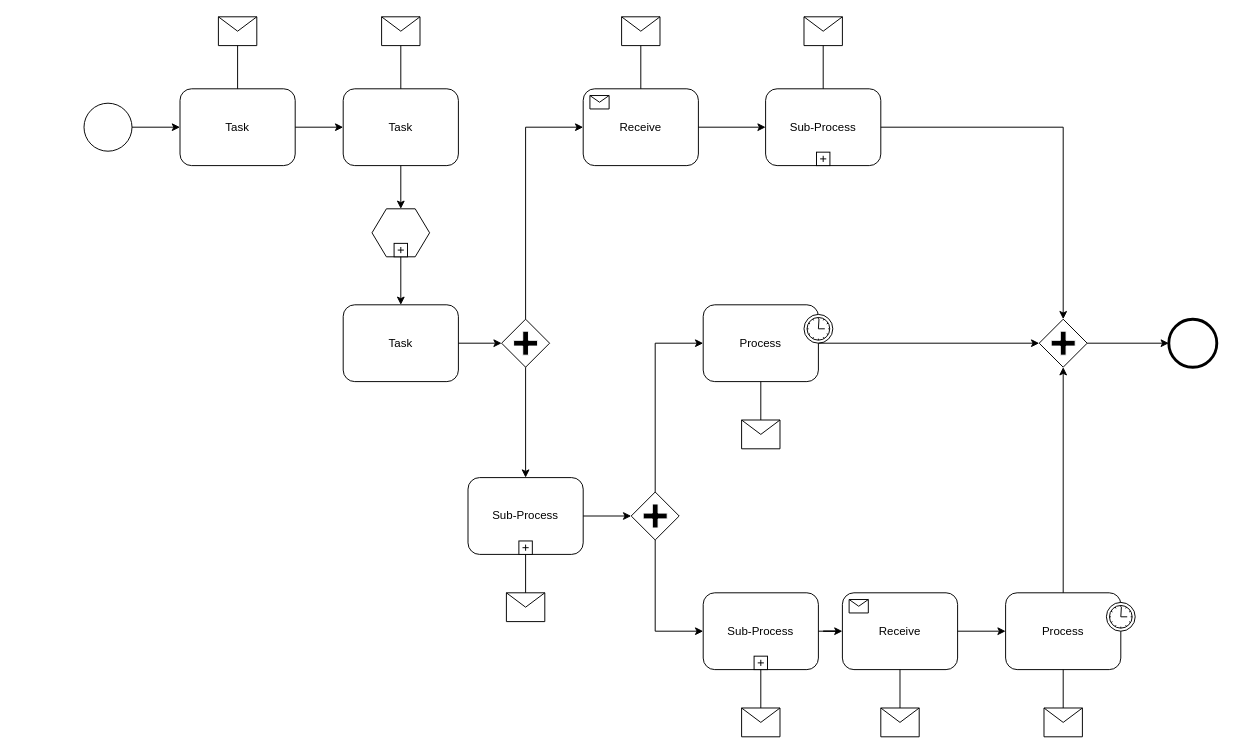
Above: bpmn.drawio in sultanbek149/FirstProject (draw.io), before the change. Source tidied: cells renumbered, new cells numbered last; positions are measured from the earlier drawing's top-left corner, leaving out a move shared by most shapes. Both pictures are drawn from the tidied source at 96%, with x=0, y=0 at pixel (84, 16).
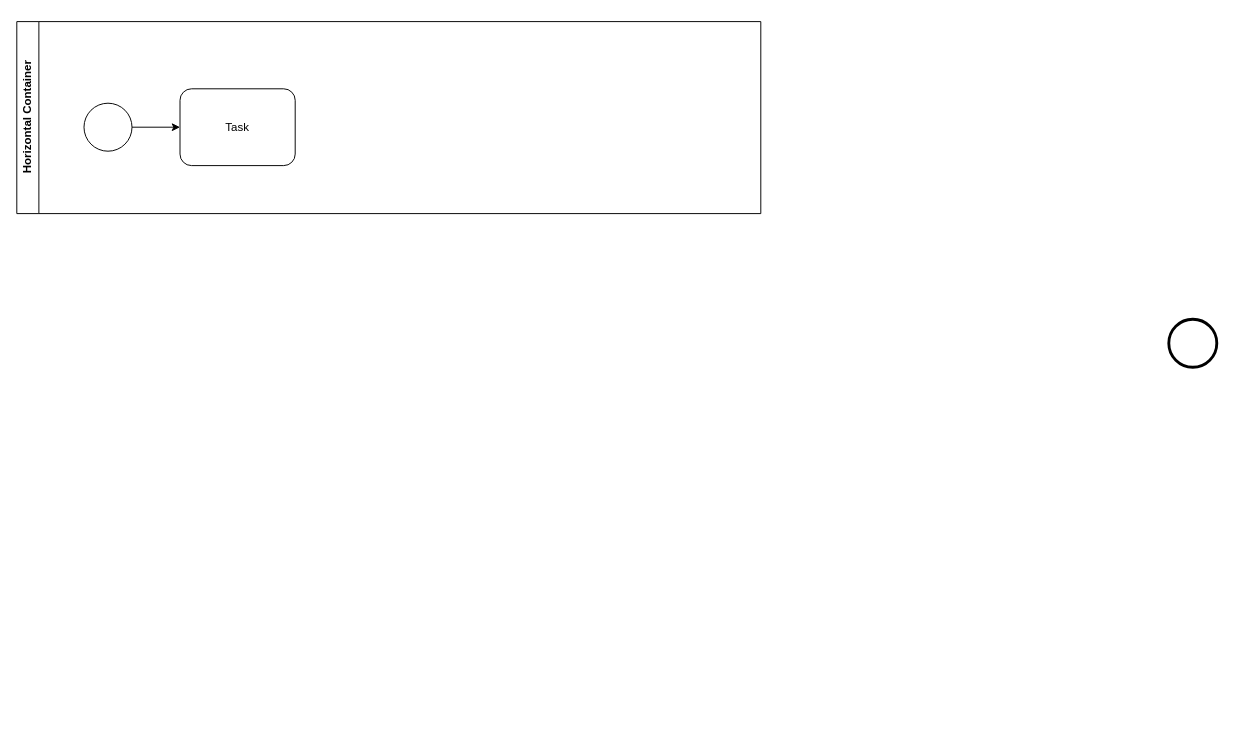
The same diagram, later.

The change refers to these unchanged cells:
```xml
<mxCell id="3" value="Task" style="shape=ext;rounded=1;html=1;whiteSpace=wrap;" parent="1" vertex="1">
  <mxGeometry x="100" y="75" width="120" height="80" as="geometry" />
</mxCell>
<mxCell id="24" style="shape=mxgraph.bpmn.shape;html=1;verticalLabelPosition=bottom;labelBackgroundColor=#ffffff;verticalAlign=top;perimeter=ellipsePerimeter;outline=end;symbol=general;" parent="1" vertex="1">
  <mxGeometry x="1130" y="315" width="50" height="50" as="geometry" />
</mxCell>
```

The edit, as a diff of the source:
```diff
@@
-    <mxCell id="4" value="Task" style="shape=ext;rounded=1;html=1;whiteSpace=wrap;" parent="1" vertex="1">
-      <mxGeometry x="270" y="75" width="120" height="80" as="geometry" />
-    </mxCell>
-    <mxCell id="5" style="shape=message;whiteSpace=wrap;html=1;" parent="1" vertex="1">
-      <mxGeometry x="140" width="40" height="30" as="geometry" />
-    </mxCell>
-    <mxCell id="6" style="shape=message;whiteSpace=wrap;html=1;" parent="1" vertex="1">
-      <mxGeometry x="310" width="40" height="30" as="geometry" />
-    </mxCell>
-    <mxCell id="7" style="shape=hexagon;whiteSpace=wrap;html=1;perimeter=hexagonPerimeter;" parent="1" vertex="1">
-      <mxGeometry x="300" y="200" width="60" height="50" as="geometry" />
-    </mxCell>
-    <mxCell id="8" style="html=1;shape=plus;" parent="7" vertex="1">
-      <mxGeometry x="0.5" y="1" width="14" height="14" relative="1" as="geometry">
-        <mxPoint x="-7" y="-14" as="offset" />
-      </mxGeometry>
-    </mxCell>
-    <mxCell id="9" value="Task" style="shape=ext;rounded=1;html=1;whiteSpace=wrap;" parent="1" vertex="1">
-      <mxGeometry x="270" y="300" width="120" height="80" as="geometry" />
-    </mxCell>
-    <mxCell id="10" style="shape=mxgraph.bpmn.shape;html=1;verticalLabelPosition=bottom;labelBackgroundColor=#ffffff;verticalAlign=top;perimeter=rhombusPerimeter;background=gateway;outline=none;symbol=parallelGw;" parent="1" vertex="1">
-      <mxGeometry x="435" y="315" width="50" height="50" as="geometry" />
-    </mxCell>
-    <mxCell id="11" value="Sub-Process" style="html=1;whiteSpace=wrap;rounded=1;" parent="1" vertex="1">
-      <mxGeometry x="710" y="75" width="120" height="80" as="geometry" />
-    </mxCell>
-    <mxCell id="12" style="html=1;shape=plus;" parent="11" vertex="1">
-      <mxGeometry x="0.5" y="1" width="14" height="14" relative="1" as="geometry">
-        <mxPoint x="-7" y="-14" as="offset" />
-      </mxGeometry>
-    </mxCell>
-    <mxCell id="13" value="Receive" style="html=1;whiteSpace=wrap;rounded=1;" parent="1" vertex="1">
-      <mxGeometry x="520" y="75" width="120" height="80" as="geometry" />
-    </mxCell>
-    <mxCell id="14" style="html=1;shape=message;" parent="13" vertex="1">
-      <mxGeometry width="20" height="14" relative="1" as="geometry">
-        <mxPoint x="7" y="7" as="offset" />
-      </mxGeometry>
-    </mxCell>
-    <mxCell id="15" value="Process" style="html=1;whiteSpace=wrap;rounded=1;" parent="1" vertex="1">
-      <mxGeometry x="645" y="300" width="120" height="80" as="geometry" />
-    </mxCell>
-    <mxCell id="16" style="shape=mxgraph.bpmn.timer_start;perimeter=ellipsePerimeter;html=1;labelPosition=right;labelBackgroundColor=#ffffff;align=left;" parent="15" vertex="1">
-      <mxGeometry x="1" width="30" height="30" relative="1" as="geometry">
-        <mxPoint x="-15" y="10" as="offset" />
-      </mxGeometry>
-    </mxCell>
-    <mxCell id="17" value="Process" style="html=1;whiteSpace=wrap;rounded=1;" parent="1" vertex="1">
-      <mxGeometry x="960" y="600" width="120" height="80" as="geometry" />
-    </mxCell>
-    <mxCell id="18" style="shape=mxgraph.bpmn.timer_start;perimeter=ellipsePerimeter;html=1;labelPosition=right;labelBackgroundColor=#ffffff;align=left;" parent="17" vertex="1">
-      <mxGeometry x="1" width="30" height="30" relative="1" as="geometry">
-        <mxPoint x="-15" y="10" as="offset" />
-      </mxGeometry>
-    </mxCell>
-    <mxCell id="19" value="Receive" style="html=1;whiteSpace=wrap;rounded=1;" parent="1" vertex="1">
-      <mxGeometry x="790" y="600" width="120" height="80" as="geometry" />
-    </mxCell>
-    <mxCell id="20" style="html=1;shape=message;" parent="19" vertex="1">
-      <mxGeometry width="20" height="14" relative="1" as="geometry">
-        <mxPoint x="7" y="7" as="offset" />
-      </mxGeometry>
-    </mxCell>
-    <mxCell id="21" value="Sub-Process" style="html=1;whiteSpace=wrap;rounded=1;" parent="1" vertex="1">
-      <mxGeometry x="645" y="600" width="120" height="80" as="geometry" />
-    </mxCell>
-    <mxCell id="22" style="html=1;shape=plus;" parent="21" vertex="1">
-      <mxGeometry x="0.5" y="1" width="14" height="14" relative="1" as="geometry">
-        <mxPoint x="-7" y="-14" as="offset" />
-      </mxGeometry>
-    </mxCell>
-    <mxCell id="23" style="shape=mxgraph.bpmn.shape;html=1;verticalLabelPosition=bottom;labelBackgroundColor=#ffffff;verticalAlign=top;perimeter=rhombusPerimeter;background=gateway;outline=none;symbol=parallelGw;" parent="1" vertex="1">
-      <mxGeometry x="995" y="315" width="50" height="50" as="geometry" />
-    </mxCell>
@@
-    <mxCell id="25" style="shape=message;whiteSpace=wrap;html=1;" parent="1" vertex="1">
-      <mxGeometry x="560" width="40" height="30" as="geometry" />
-    </mxCell>
-    <mxCell id="26" style="shape=message;whiteSpace=wrap;html=1;" parent="1" vertex="1">
-      <mxGeometry x="750" width="40" height="30" as="geometry" />
-    </mxCell>
-    <mxCell id="27" value="Sub-Process" style="html=1;whiteSpace=wrap;rounded=1;" parent="1" vertex="1">
-      <mxGeometry x="400" y="480" width="120" height="80" as="geometry" />
-    </mxCell>
-    <mxCell id="28" style="html=1;shape=plus;" parent="27" vertex="1">
-      <mxGeometry x="0.5" y="1" width="14" height="14" relative="1" as="geometry">
-        <mxPoint x="-7" y="-14" as="offset" />
-      </mxGeometry>
-    </mxCell>
-    <mxCell id="29" style="shape=message;whiteSpace=wrap;html=1;" parent="1" vertex="1">
-      <mxGeometry x="440" y="600" width="40" height="30" as="geometry" />
-    </mxCell>
-    <mxCell id="30" style="shape=message;whiteSpace=wrap;html=1;" parent="1" vertex="1">
-      <mxGeometry x="830" y="720" width="40" height="30" as="geometry" />
-    </mxCell>
-    <mxCell id="31" style="shape=message;whiteSpace=wrap;html=1;" parent="1" vertex="1">
-      <mxGeometry x="1000" y="720" width="40" height="30" as="geometry" />
-    </mxCell>
-    <mxCell id="32" style="shape=message;whiteSpace=wrap;html=1;" parent="1" vertex="1">
-      <mxGeometry x="685" y="720" width="40" height="30" as="geometry" />
-    </mxCell>
-    <mxCell id="33" style="shape=message;whiteSpace=wrap;html=1;" parent="1" vertex="1">
-      <mxGeometry x="685" y="420" width="40" height="30" as="geometry" />
-    </mxCell>
@@
-    <mxCell id="35" style="edgeStyle=orthogonalEdgeStyle;rounded=0;html=1;jettySize=auto;endArrow=none;endFill=0;" parent="1" edge="1" source="5" target="3">
-      <mxGeometry relative="1" as="geometry" />
-    </mxCell>
-    <mxCell id="36" style="edgeStyle=orthogonalEdgeStyle;rounded=0;html=1;jettySize=auto;endArrow=none;endFill=0;" parent="1" edge="1" source="6" target="4">
-      <mxGeometry relative="1" as="geometry" />
-    </mxCell>
-    <mxCell id="37" style="edgeStyle=orthogonalEdgeStyle;rounded=0;html=1;jettySize=auto;" parent="1" edge="1" source="3" target="4">
-      <mxGeometry relative="1" as="geometry" />
-    </mxCell>
-    <mxCell id="38" style="edgeStyle=orthogonalEdgeStyle;rounded=0;html=1;jettySize=auto;" parent="1" edge="1" source="13" target="11">
-      <mxGeometry relative="1" as="geometry" />
-    </mxCell>
-    <mxCell id="39" style="edgeStyle=orthogonalEdgeStyle;rounded=0;html=1;jettySize=auto;endArrow=none;endFill=0;" parent="1" edge="1" source="25" target="13">
-      <mxGeometry relative="1" as="geometry" />
-    </mxCell>
-    <mxCell id="40" style="edgeStyle=orthogonalEdgeStyle;rounded=0;html=1;jettySize=auto;endArrow=none;endFill=0;" parent="1" edge="1" source="26" target="11">
-      <mxGeometry relative="1" as="geometry" />
-    </mxCell>
-    <mxCell id="41" style="edgeStyle=orthogonalEdgeStyle;rounded=0;html=1;jettySize=auto;" parent="1" edge="1" source="11" target="23">
-      <mxGeometry relative="1" as="geometry">
-        <Array as="points">
-          <mxPoint x="1020" y="115" />
-        </Array>
-      </mxGeometry>
-    </mxCell>
-    <mxCell id="42" style="edgeStyle=orthogonalEdgeStyle;rounded=0;html=1;jettySize=auto;" parent="1" edge="1" source="15" target="23">
-      <mxGeometry relative="1" as="geometry" />
-    </mxCell>
-    <mxCell id="43" style="edgeStyle=orthogonalEdgeStyle;rounded=0;html=1;jettySize=auto;" parent="1" edge="1" source="17" target="23">
-      <mxGeometry relative="1" as="geometry" />
-    </mxCell>
-    <mxCell id="44" style="edgeStyle=orthogonalEdgeStyle;rounded=0;html=1;jettySize=auto;" parent="1" edge="1" source="23" target="24">
-      <mxGeometry relative="1" as="geometry" />
-    </mxCell>
-    <mxCell id="45" style="edgeStyle=orthogonalEdgeStyle;rounded=0;html=1;jettySize=auto;" parent="1" edge="1" source="4" target="7">
-      <mxGeometry relative="1" as="geometry" />
-    </mxCell>
-    <mxCell id="46" style="edgeStyle=orthogonalEdgeStyle;rounded=0;html=1;jettySize=auto;" parent="1" edge="1" source="7" target="9">
-      <mxGeometry relative="1" as="geometry" />
-    </mxCell>
-    <mxCell id="47" style="edgeStyle=orthogonalEdgeStyle;rounded=0;html=1;jettySize=auto;" parent="1" edge="1" source="9" target="10">
-      <mxGeometry relative="1" as="geometry" />
-    </mxCell>
-    <mxCell id="48" style="edgeStyle=orthogonalEdgeStyle;rounded=0;html=1;jettySize=auto;" parent="1" edge="1" source="10" target="13">
-      <mxGeometry relative="1" as="geometry">
-        <Array as="points">
-          <mxPoint x="460" y="115" />
-        </Array>
-      </mxGeometry>
-    </mxCell>
-    <mxCell id="49" style="edgeStyle=orthogonalEdgeStyle;rounded=0;html=1;jettySize=auto;" parent="1" edge="1" source="10" target="27">
-      <mxGeometry relative="1" as="geometry" />
-    </mxCell>
-    <mxCell id="50" style="edgeStyle=orthogonalEdgeStyle;rounded=0;html=1;jettySize=auto;endArrow=none;endFill=0;" parent="1" edge="1" source="29" target="27">
-      <mxGeometry relative="1" as="geometry" />
-    </mxCell>
-    <mxCell id="51" style="shape=mxgraph.bpmn.shape;html=1;verticalLabelPosition=bottom;labelBackgroundColor=#ffffff;verticalAlign=top;perimeter=rhombusPerimeter;background=gateway;outline=none;symbol=parallelGw;" parent="1" vertex="1">
-      <mxGeometry x="570" y="495" width="50" height="50" as="geometry" />
-    </mxCell>
-    <mxCell id="52" style="edgeStyle=orthogonalEdgeStyle;rounded=0;html=1;jettySize=auto;" parent="1" edge="1" source="51" target="21">
-      <mxGeometry relative="1" as="geometry">
-        <Array as="points">
-          <mxPoint x="595" y="640" />
-        </Array>
-      </mxGeometry>
-    </mxCell>
-    <mxCell id="53" style="edgeStyle=orthogonalEdgeStyle;rounded=0;html=1;jettySize=auto;" parent="1" edge="1" source="51" target="15">
-      <mxGeometry relative="1" as="geometry">
-        <Array as="points">
-          <mxPoint x="595" y="340" />
-        </Array>
-      </mxGeometry>
-    </mxCell>
-    <mxCell id="54" style="edgeStyle=orthogonalEdgeStyle;rounded=0;html=1;jettySize=auto;endArrow=none;endFill=0;" parent="1" edge="1" source="33" target="15">
-      <mxGeometry relative="1" as="geometry" />
-    </mxCell>
-    <mxCell id="55" style="edgeStyle=orthogonalEdgeStyle;rounded=0;html=1;jettySize=auto;" parent="1" edge="1" source="27" target="51">
-      <mxGeometry relative="1" as="geometry" />
-    </mxCell>
-    <mxCell id="56" style="edgeStyle=orthogonalEdgeStyle;rounded=0;html=1;jettySize=auto;" parent="1" edge="1" source="21" target="19">
-      <mxGeometry relative="1" as="geometry" />
-    </mxCell>
-    <mxCell id="57" style="edgeStyle=orthogonalEdgeStyle;rounded=0;html=1;jettySize=auto;endArrow=none;endFill=0;" parent="1" edge="1" source="32" target="21">
-      <mxGeometry relative="1" as="geometry" />
-    </mxCell>
-    <mxCell id="58" style="edgeStyle=orthogonalEdgeStyle;rounded=0;html=1;jettySize=auto;endArrow=none;endFill=0;" parent="1" edge="1" source="30" target="19">
-      <mxGeometry relative="1" as="geometry" />
-    </mxCell>
-    <mxCell id="59" style="edgeStyle=orthogonalEdgeStyle;rounded=0;html=1;jettySize=auto;endArrow=none;endFill=0;" parent="1" edge="1" source="31" target="17">
-      <mxGeometry relative="1" as="geometry" />
-    </mxCell>
-    <mxCell id="60" style="edgeStyle=orthogonalEdgeStyle;rounded=0;html=1;jettySize=auto;" parent="1" edge="1" source="19" target="17">
-      <mxGeometry relative="1" as="geometry" />
-    </mxCell>
+    <mxCell id="61" value="Horizontal Container" style="swimlane;horizontal=0;whiteSpace=wrap;html=1;" parent="1" vertex="1">
+      <mxGeometry x="-70" y="5" width="775" height="200" as="geometry" />
+    </mxCell>
```
